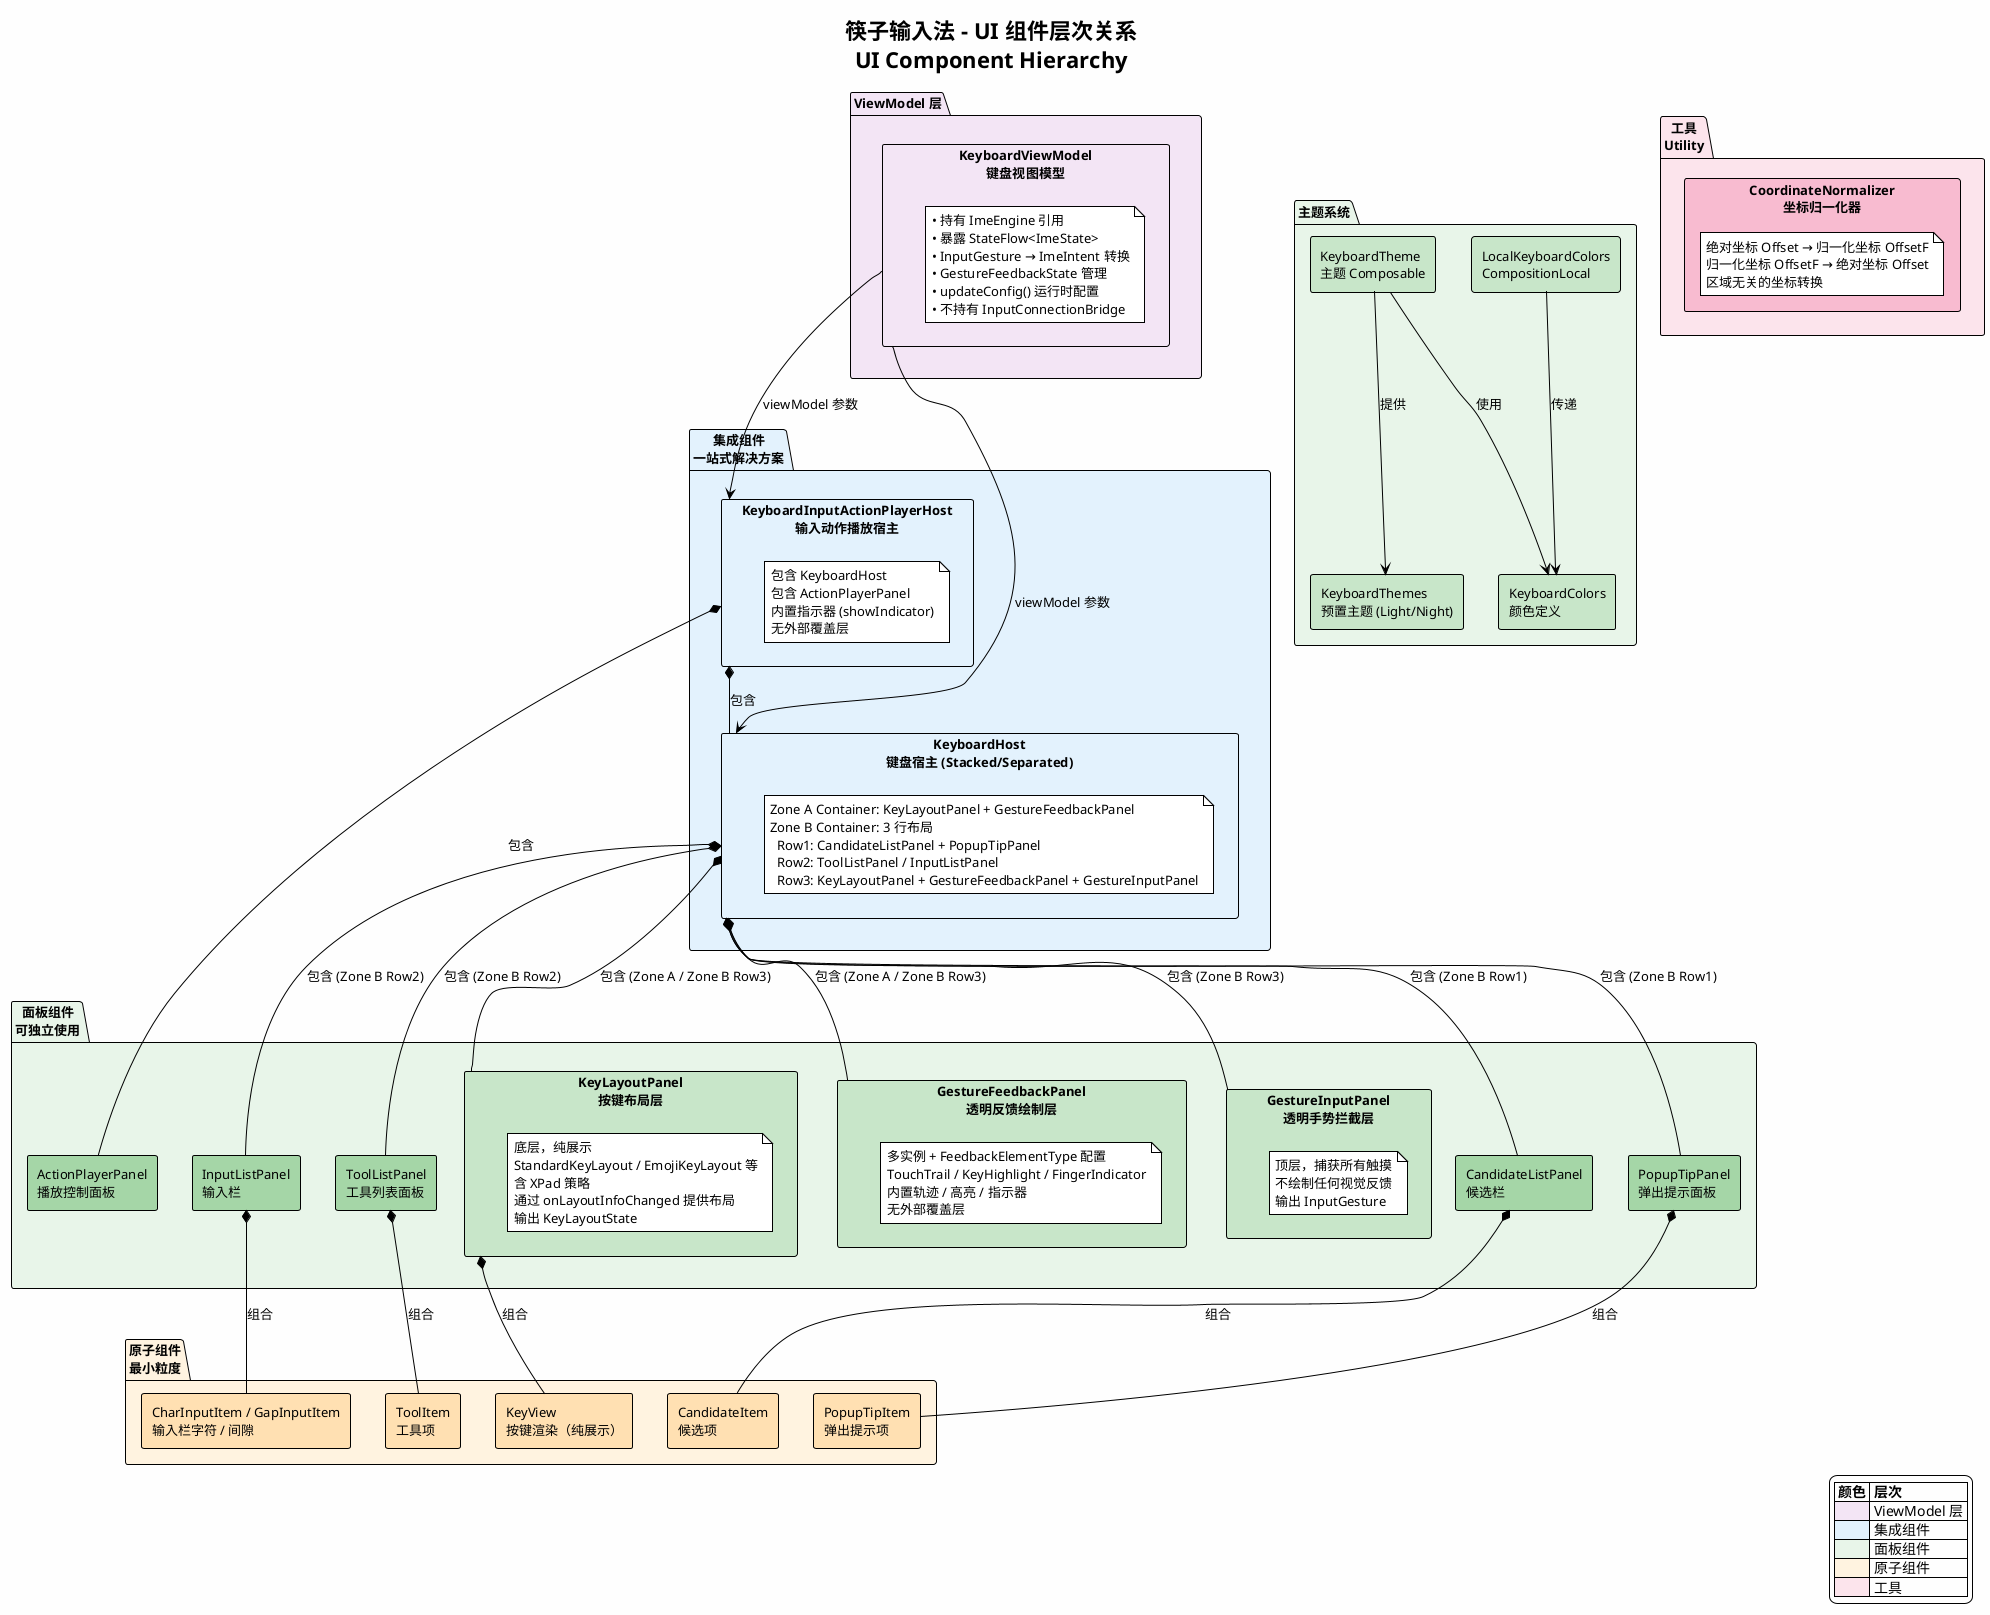
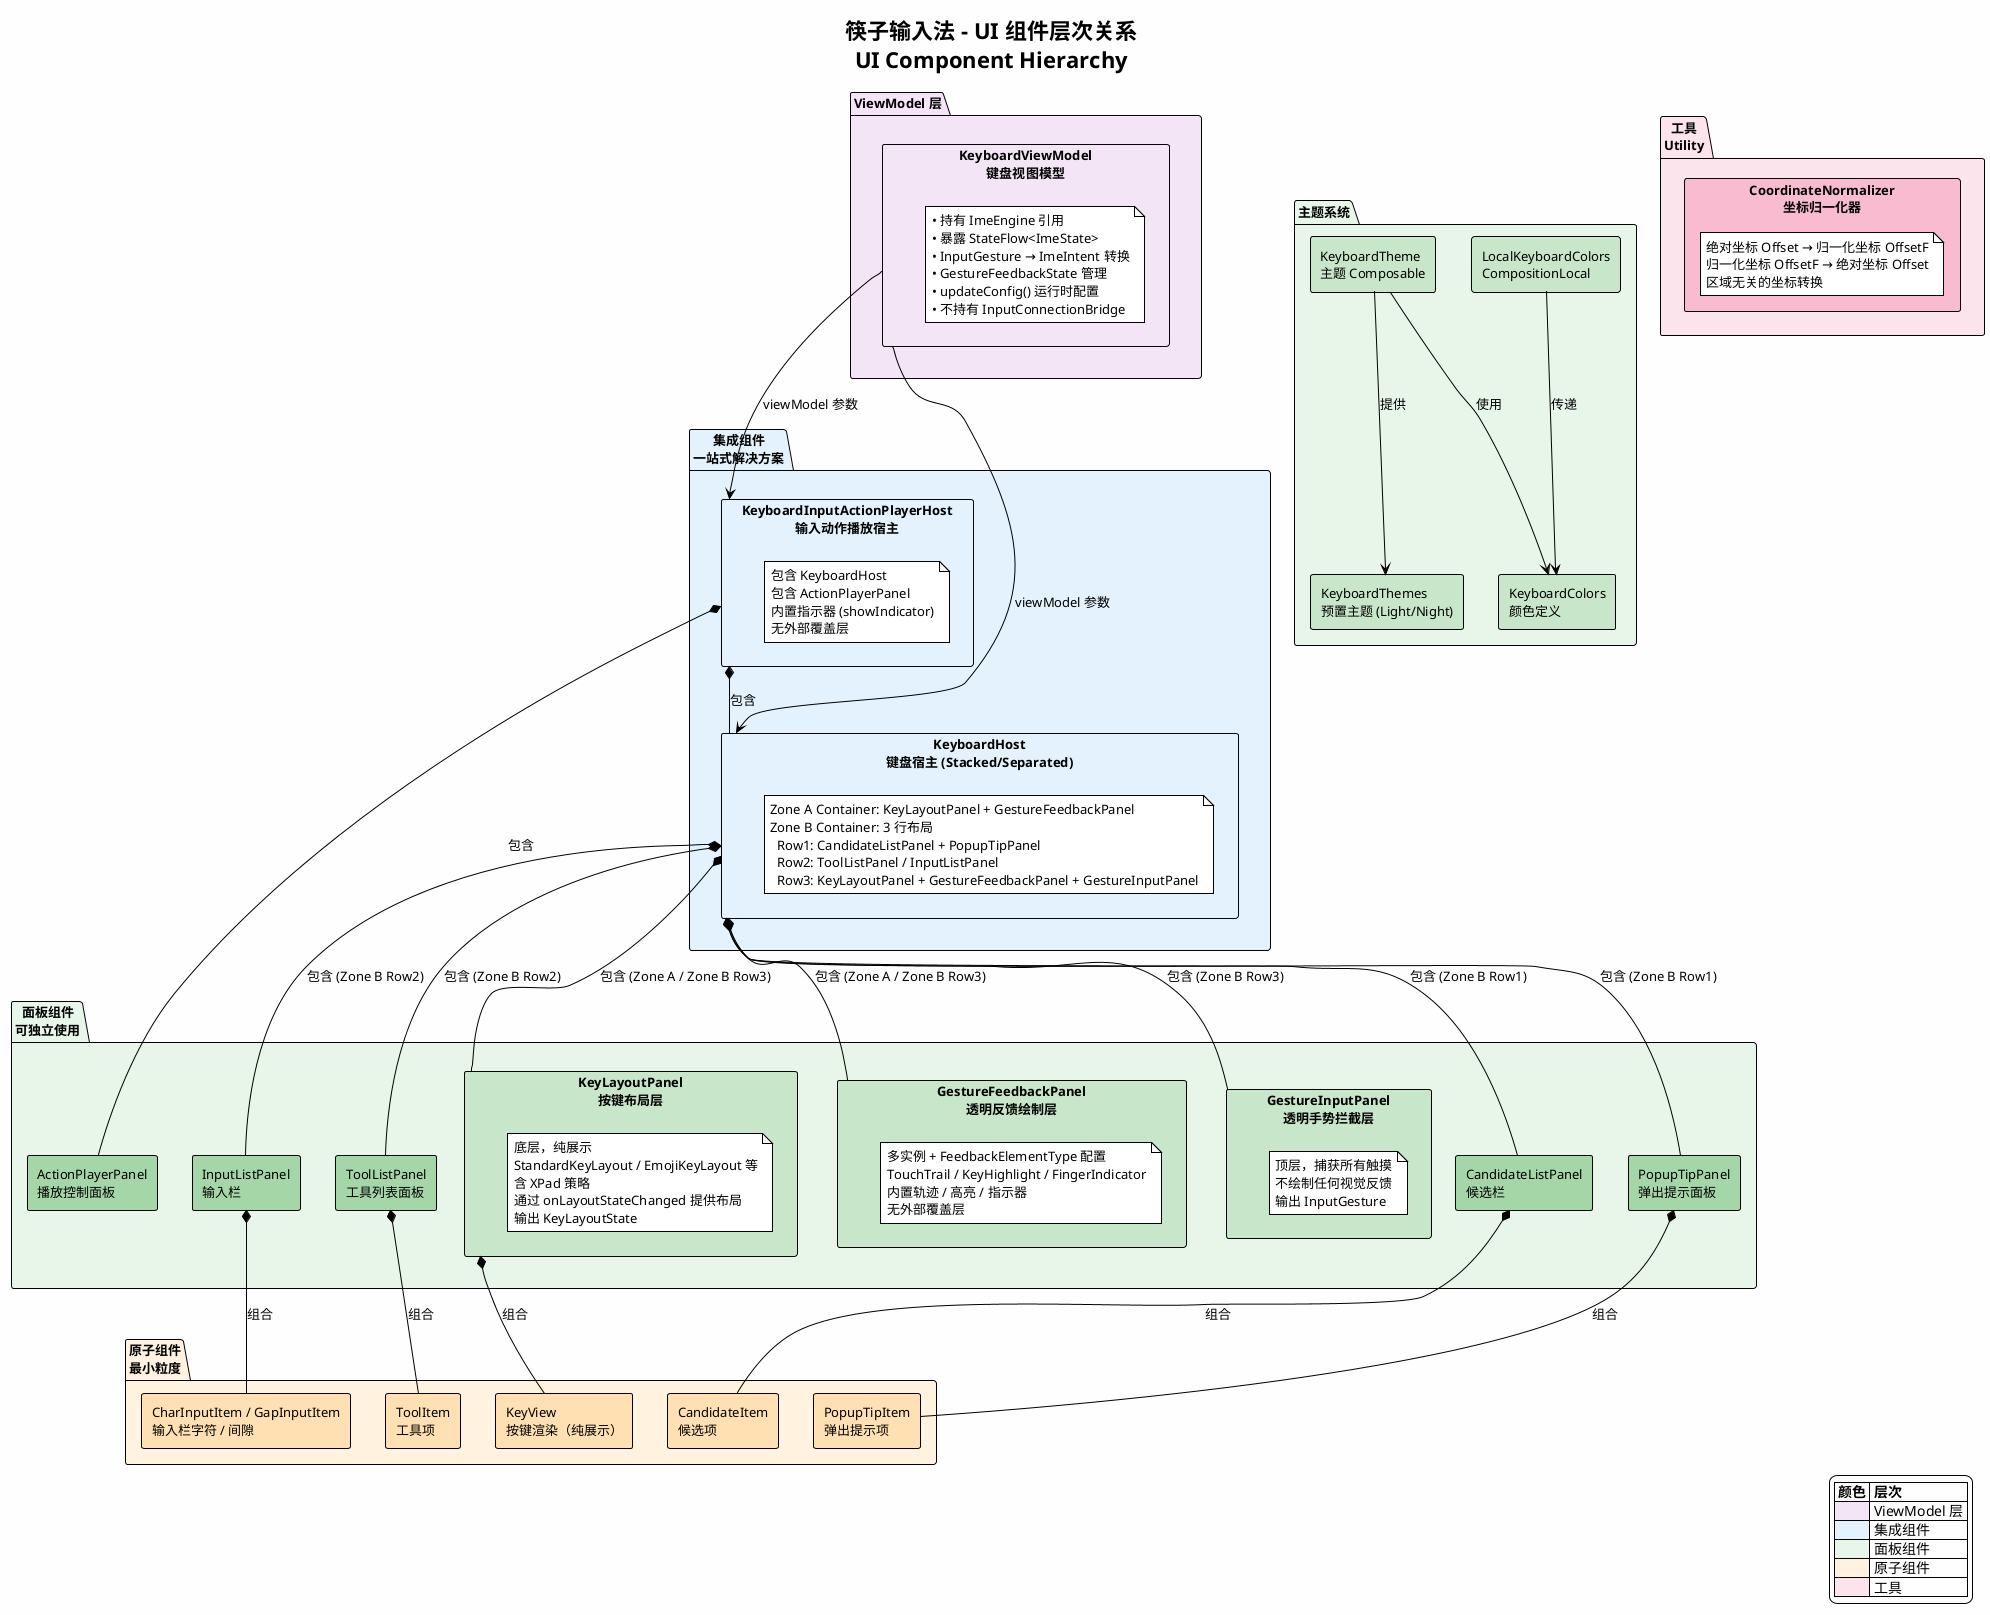
@startuml ui-component-hierarchy
!theme plain
skinparam backgroundColor #FEFEFE
skinparam shadowing false
skinparam defaultFontSize 13

title 筷子输入法 - UI 组件层次关系\nUI Component Hierarchy

' ─── ViewModel 层 ──────────────────────────────────────────────────

package "ViewModel 层" as vm_layer #F3E5F5 {

    rectangle "KeyboardViewModel\n键盘视图模型" as KVM #F3E5F5 {
        note as kvm_note
            • 持有 ImeEngine 引用
            • 暴露 StateFlow<ImeState>
            • InputGesture → ImeIntent 转换
            • GestureFeedbackState 管理
            • updateConfig() 运行时配置
            • 不持有 InputConnectionBridge
        end note
    }
}

' ─── 集成组件 ──────────────────────────────────────────────────────

package "集成组件\n一站式解决方案" as integration #E3F2FD {

    rectangle "KeyboardHost\n键盘宿主 (Stacked/Separated)" as KH #E3F2FD {
        note as kh_note
            Zone A Container: KeyLayoutPanel + GestureFeedbackPanel
            Zone B Container: 3 行布局
              Row1: CandidateListPanel + PopupTipPanel
              Row2: ToolListPanel / InputListPanel
              Row3: KeyLayoutPanel + GestureFeedbackPanel + GestureInputPanel
        end note
    }

    rectangle "KeyboardInputActionPlayerHost\n输入动作播放宿主" as KIAPH #E3F2FD {
        note as kiaph_note
            包含 KeyboardHost
            包含 ActionPlayerPanel
            内置指示器 (showIndicator)
            无外部覆盖层
        end note
    }
}

' ─── 面板组件 ──────────────────────────────────────────────────────

package "面板组件\n可独立使用" as panel #E8F5E9 {

    rectangle "KeyLayoutPanel\n按键布局层" as KLP #C8E6C9 {
        note as klp_note
            底层，纯展示
            StandardKeyLayout / EmojiKeyLayout 等
            含 XPad 策略
-             通过 onLayoutInfoChanged 提供布局
+             通过 onLayoutStateChanged 提供布局
            输出 KeyLayoutState
        end note
    }

    rectangle "GestureFeedbackPanel\n透明反馈绘制层" as GFP #C8E6C9 {
        note as gfp_note
            多实例 + FeedbackElementType 配置
            TouchTrail / KeyHighlight / FingerIndicator
            内置轨迹 / 高亮 / 指示器
            无外部覆盖层
        end note
    }

    rectangle "GestureInputPanel\n透明手势拦截层" as GIP #C8E6C9 {
        note as gip_note
            顶层，捕获所有触摸
            不绘制任何视觉反馈
            输出 InputGesture
        end note
    }

    rectangle "CandidateListPanel\n候选栏" as CLP #A5D6A7
    rectangle "PopupTipPanel\n弹出提示面板" as PTP #A5D6A7
    rectangle "ToolListPanel\n工具列表面板" as TLP #A5D6A7
    rectangle "InputListPanel\n输入栏" as ILP #A5D6A7
    rectangle "ActionPlayerPanel\n播放控制面板" as APP #A5D6A7
}

' ─── 原子组件 ──────────────────────────────────────────────────────

package "原子组件\n最小粒度" as atom #FFF3E0 {

    rectangle "KeyView\n按键渲染（纯展示）" as KV #FFE0B2
    rectangle "CandidateItem\n候选项" as CI #FFE0B2
    rectangle "CharInputItem / GapInputItem\n输入栏字符 / 间隙" as CII #FFE0B2
    rectangle "PopupTipItem\n弹出提示项" as PTI #FFE0B2
    rectangle "ToolItem\n工具项" as TI #FFE0B2
}

' ─── 主题系统 ──────────────────────────────────────────────────────

package "主题系统" as theme #E8F5E9 {

    rectangle "KeyboardColors\n颜色定义" as KC #C8E6C9
    rectangle "KeyboardThemes\n预置主题 (Light/Night)" as KTs #C8E6C9
    rectangle "KeyboardTheme\n主题 Composable" as KT #C8E6C9
    rectangle "LocalKeyboardColors\nCompositionLocal" as LKC #C8E6C9
}

' ─── 工具 ──────────────────────────────────────────────────────────

package "工具\nUtility" as utility #FCE4EC {

    rectangle "CoordinateNormalizer\n坐标归一化器" as CN #F8BBD0 {
        note as cn_note
            绝对坐标 Offset → 归一化坐标 OffsetF
            归一化坐标 OffsetF → 绝对坐标 Offset
            区域无关的坐标转换
        end note
    }
}

' ─── Composition Relationships ─────────────────────────────────────

KVM --> KH : "viewModel 参数"
KVM --> KIAPH : "viewModel 参数"

KH *-- KLP : "包含 (Zone A / Zone B Row3)"
KH *-- GFP : "包含 (Zone A / Zone B Row3)"
KH *-- GIP : "包含 (Zone B Row3)"
KH *-- CLP : "包含 (Zone B Row1)"
KH *-- PTP : "包含 (Zone B Row1)"
KH *-- TLP : "包含 (Zone B Row2)"
KH *-- ILP : "包含 (Zone B Row2)"

KIAPH *-- KH : "包含"
KIAPH *-- APP : "包含"

KLP *-- KV : "组合"
CLP *-- CI : "组合"
ILP *-- CII : "组合"
PTP *-- PTI : "组合"
TLP *-- TI : "组合"

KT --> KC : "使用"
KT --> KTs : "提供"
LKC --> KC : "传递"

' ─── Legend ─────────────────────────────────────────────────────────

legend right
    |= 颜色 |= 层次 |
    |<#F3E5F5>| ViewModel 层 |
    |<#E3F2FD>| 集成组件 |
    |<#E8F5E9>| 面板组件 |
    |<#FFF3E0>| 原子组件 |
    |<#FCE4EC>| 工具 |
endlegend

@enduml
